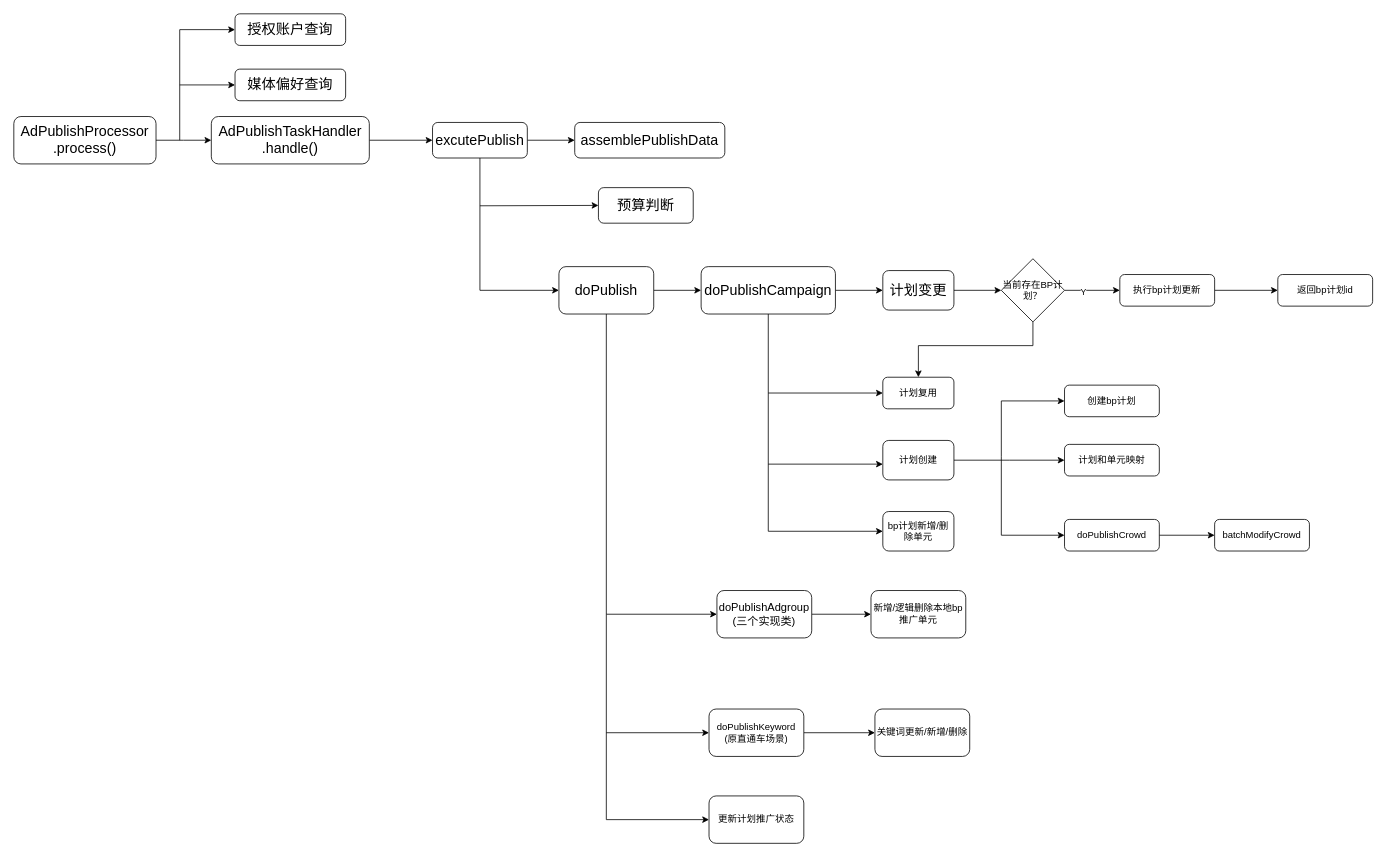
Earlier version of the draw.io diagram page "调度" (1 of 2) of 智投.drawio (RuishanFang/notes). Source tidied: cells renumbered, new cells numbered last; positions are measured from the earlier drawing's top-left corner, leaving out a move shared by most shapes. Both pictures are drawn from the tidied source at 79%, with x=0, y=0 at pixel (13, 13).
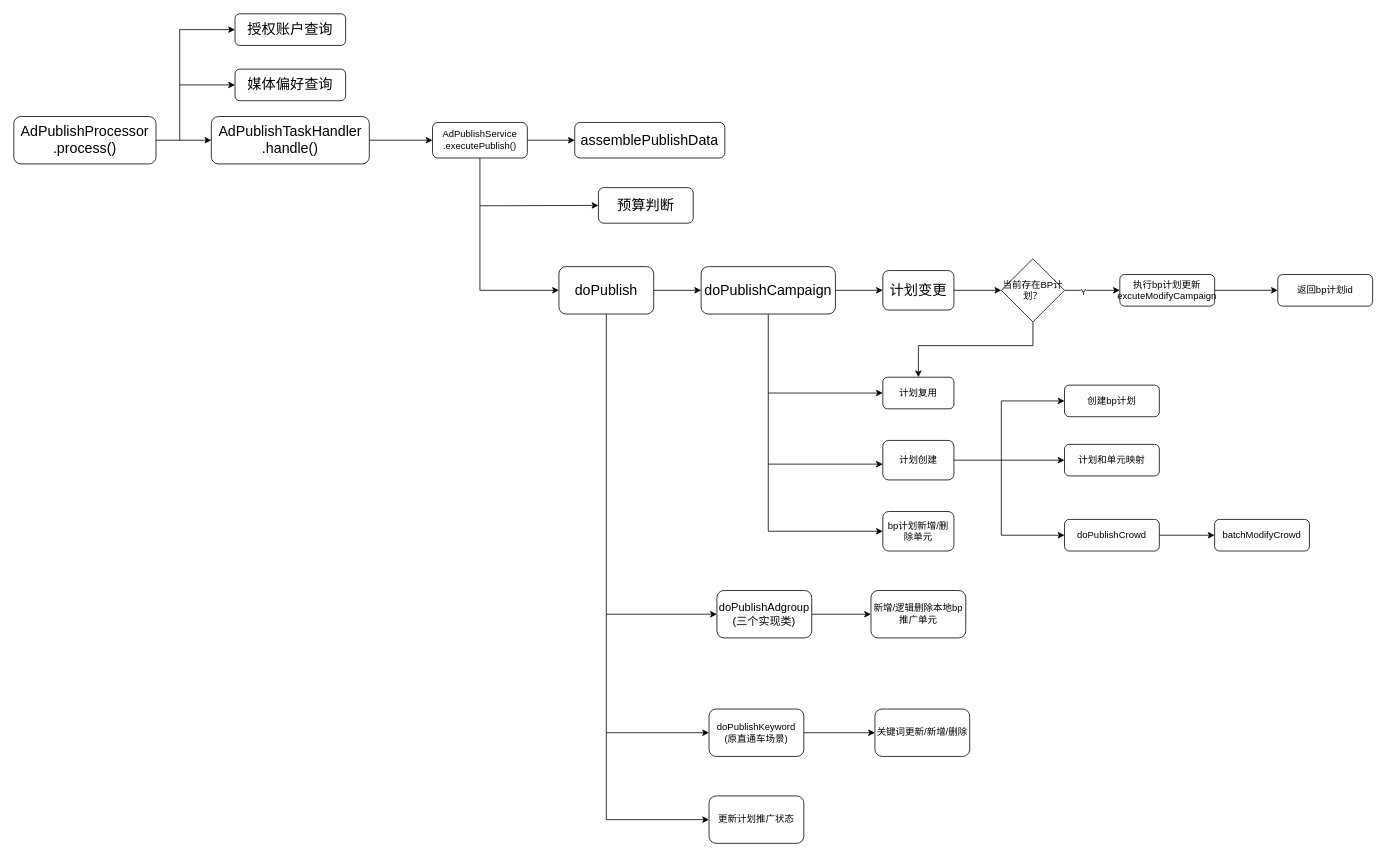
The same page after the edit.

Change to the diagram source:
```diff
@@
-    <mxCell id="26" value="执行bp计划更新" style="rounded=1;whiteSpace=wrap;html=1;" parent="1" vertex="1">
+    <mxCell id="26" value="执行bp计划更新&lt;br&gt;excuteModifyCampaign" style="rounded=1;whiteSpace=wrap;html=1;" parent="1" vertex="1">
       <mxGeometry x="1400" y="330" width="120" height="40" as="geometry" />
     </mxCell>
@@
-    <mxCell id="36" value="&lt;font style=&quot;font-size: 18px;&quot;&gt;excutePublish&lt;/font&gt;" style="rounded=1;whiteSpace=wrap;html=1;" parent="1" vertex="1">
+    <mxCell id="36" value="&lt;font style=&quot;&quot;&gt;&lt;font style=&quot;font-size: 12px;&quot;&gt;AdPublishService&lt;br&gt;.executePublish()&lt;/font&gt;&lt;br&gt;&lt;/font&gt;" style="rounded=1;whiteSpace=wrap;html=1;" parent="1" vertex="1">
       <mxGeometry x="530" y="137.5" width="120" height="45" as="geometry" />
     </mxCell>
```
